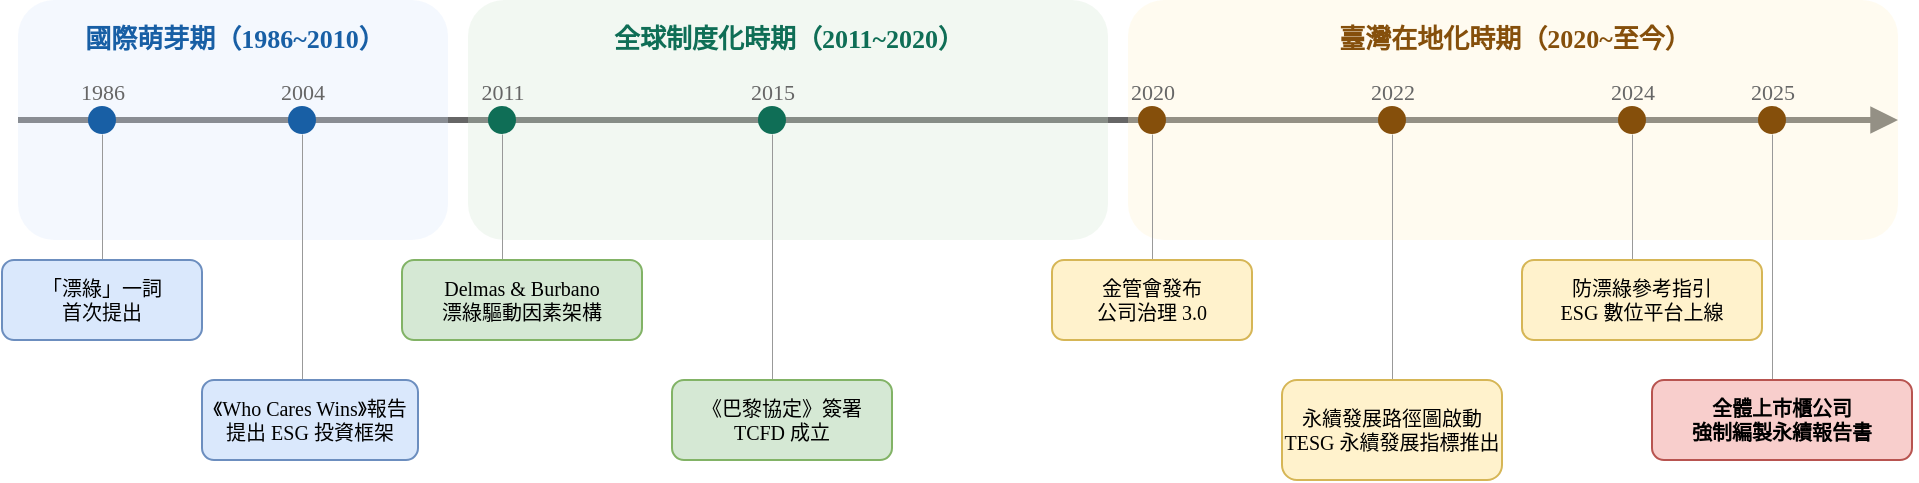
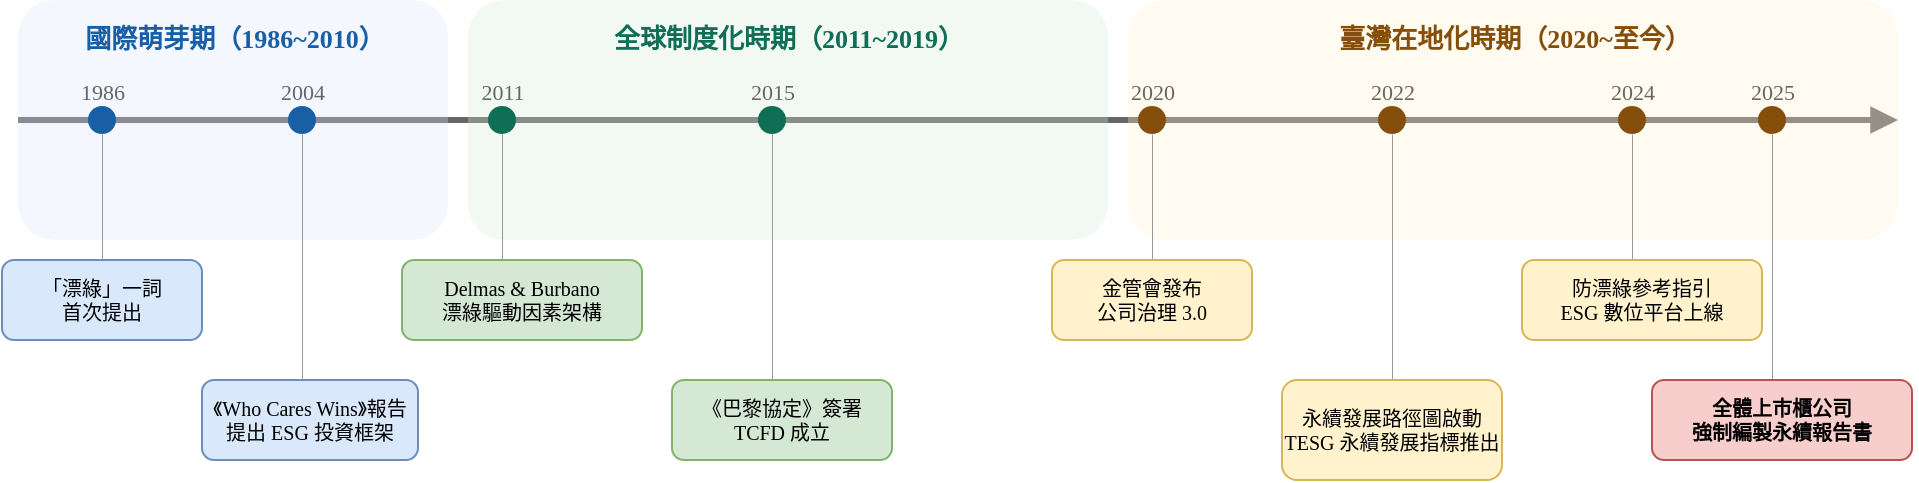
<mxfile host="app.diagrams.net">
  <diagram name="ESG與漂綠發展沿革時間軸" id="timeline">
    <mxGraphModel dx="1558" dy="642" grid="1" gridSize="10" guides="1" tooltips="1" connect="1" arrows="1" fold="1" page="1" pageScale="1" pageWidth="1169" pageHeight="827" math="0" shadow="0">
      <root>
        <mxCell id="0" />
        <mxCell id="1" parent="0" />
        <mxCell id="axis" edge="1" parent="1" style="endArrow=block;html=1;strokeColor=#666666;strokeWidth=3;endFill=1;" value="">
          <mxGeometry relative="1" as="geometry">
            <mxPoint x="60" y="120" as="sourcePoint" />
            <mxPoint x="1000" y="120" as="targetPoint" />
          </mxGeometry>
        </mxCell>
        <mxCell id="p1bg" parent="1" style="rounded=1;whiteSpace=wrap;html=1;fillColor=#dae8fc;strokeColor=none;opacity=30;" value="" vertex="1">
          <mxGeometry height="120" width="215" x="60" y="60" as="geometry" />
        </mxCell>
        <mxCell id="p1label" parent="1" style="text;html=1;fontSize=13;fontStyle=1;align=center;fontFamily=Microsoft JhengHei;fontColor=#185FA5;" value="國際萌芽期（1986~2010）" vertex="1">
          <mxGeometry height="25" width="200" x="68" y="65" as="geometry" />
        </mxCell>
        <mxCell id="p2bg" parent="1" style="rounded=1;whiteSpace=wrap;html=1;fillColor=#d5e8d4;strokeColor=none;opacity=30;" value="" vertex="1">
          <mxGeometry height="120" width="320" x="285" y="60" as="geometry" />
        </mxCell>
-         <mxCell id="p2label" parent="1" style="text;html=1;fontSize=13;fontStyle=1;align=center;fontFamily=Microsoft JhengHei;fontColor=#0F6E56;" value="全球制度化時期（2011~2020）" vertex="1">
+         <mxCell id="p2label" parent="1" style="text;html=1;fontSize=13;fontStyle=1;align=center;fontFamily=Microsoft JhengHei;fontColor=#0F6E56;" value="全球制度化時期（2011~2019）" vertex="1">
          <mxGeometry height="25" width="260" x="315" y="65" as="geometry" />
        </mxCell>
        <mxCell id="p3bg" parent="1" style="rounded=1;whiteSpace=wrap;html=1;fillColor=#fff2cc;strokeColor=none;opacity=30;" value="" vertex="1">
          <mxGeometry height="120" width="385" x="615" y="60" as="geometry" />
        </mxCell>
        <mxCell id="p3label" parent="1" style="text;html=1;fontSize=13;fontStyle=1;align=center;fontFamily=Microsoft JhengHei;fontColor=#854F0B;" value="臺灣在地化時期（2020~至今）" vertex="1">
          <mxGeometry height="25" width="260" x="678" y="65" as="geometry" />
        </mxCell>
        <mxCell id="y1986" parent="1" style="ellipse;whiteSpace=wrap;html=1;fillColor=#185FA5;strokeColor=none;" value="" vertex="1">
          <mxGeometry height="14" width="14" x="95" y="113" as="geometry" />
        </mxCell>
        <mxCell id="y1986t" parent="1" style="text;html=1;fontSize=11;align=center;fontFamily=Microsoft JhengHei;fontColor=#666666;" value="1986" vertex="1">
          <mxGeometry height="20" width="50" x="77" y="93" as="geometry" />
        </mxCell>
        <mxCell id="y2004" parent="1" style="ellipse;whiteSpace=wrap;html=1;fillColor=#185FA5;strokeColor=none;" value="" vertex="1">
          <mxGeometry height="14" width="14" x="195" y="113" as="geometry" />
        </mxCell>
        <mxCell id="y2004t" parent="1" style="text;html=1;fontSize=11;align=center;fontFamily=Microsoft JhengHei;fontColor=#666666;" value="2004" vertex="1">
          <mxGeometry height="20" width="50" x="177" y="93" as="geometry" />
        </mxCell>
        <mxCell id="y2011" parent="1" style="ellipse;whiteSpace=wrap;html=1;fillColor=#0F6E56;strokeColor=none;" value="" vertex="1">
          <mxGeometry height="14" width="14" x="295" y="113" as="geometry" />
        </mxCell>
        <mxCell id="y2011t" parent="1" style="text;html=1;fontSize=11;align=center;fontFamily=Microsoft JhengHei;fontColor=#666666;" value="2011" vertex="1">
          <mxGeometry height="20" width="50" x="277" y="93" as="geometry" />
        </mxCell>
        <mxCell id="y2015" parent="1" style="ellipse;whiteSpace=wrap;html=1;fillColor=#0F6E56;strokeColor=none;" value="" vertex="1">
          <mxGeometry height="14" width="14" x="430" y="113" as="geometry" />
        </mxCell>
        <mxCell id="y2015t" parent="1" style="text;html=1;fontSize=11;align=center;fontFamily=Microsoft JhengHei;fontColor=#666666;" value="2015" vertex="1">
          <mxGeometry height="20" width="50" x="412" y="93" as="geometry" />
        </mxCell>
        <mxCell id="y2020" parent="1" style="ellipse;whiteSpace=wrap;html=1;fillColor=#854F0B;strokeColor=none;" value="" vertex="1">
          <mxGeometry height="14" width="14" x="620" y="113" as="geometry" />
        </mxCell>
        <mxCell id="y2020t" parent="1" style="text;html=1;fontSize=11;align=center;fontFamily=Microsoft JhengHei;fontColor=#666666;" value="2020" vertex="1">
          <mxGeometry height="20" width="50" x="602" y="93" as="geometry" />
        </mxCell>
        <mxCell id="y2022" parent="1" style="ellipse;whiteSpace=wrap;html=1;fillColor=#854F0B;strokeColor=none;" value="" vertex="1">
          <mxGeometry height="14" width="14" x="740" y="113" as="geometry" />
        </mxCell>
        <mxCell id="y2022t" parent="1" style="text;html=1;fontSize=11;align=center;fontFamily=Microsoft JhengHei;fontColor=#666666;" value="2022" vertex="1">
          <mxGeometry height="20" width="50" x="722" y="93" as="geometry" />
        </mxCell>
        <mxCell id="y2024" parent="1" style="ellipse;whiteSpace=wrap;html=1;fillColor=#854F0B;strokeColor=none;" value="" vertex="1">
          <mxGeometry height="14" width="14" x="860" y="113" as="geometry" />
        </mxCell>
        <mxCell id="y2024t" parent="1" style="text;html=1;fontSize=11;align=center;fontFamily=Microsoft JhengHei;fontColor=#666666;" value="2024" vertex="1">
          <mxGeometry height="20" width="50" x="842" y="93" as="geometry" />
        </mxCell>
        <mxCell id="y2025" parent="1" style="ellipse;whiteSpace=wrap;html=1;fillColor=#854F0B;strokeColor=none;" value="" vertex="1">
          <mxGeometry height="14" width="14" x="930" y="113" as="geometry" />
        </mxCell>
        <mxCell id="y2025t" parent="1" style="text;html=1;fontSize=11;align=center;fontFamily=Microsoft JhengHei;fontColor=#666666;" value="2025" vertex="1">
          <mxGeometry height="20" width="50" x="912" y="93" as="geometry" />
        </mxCell>
        <mxCell id="e1" edge="1" parent="1" style="endArrow=none;html=1;strokeColor=#999999;strokeWidth=0.5;" value="">
          <mxGeometry relative="1" as="geometry">
            <mxPoint x="102" y="127" as="sourcePoint" />
            <mxPoint x="102" y="190" as="targetPoint" />
          </mxGeometry>
        </mxCell>
        <mxCell id="e1t" parent="1" style="rounded=1;whiteSpace=wrap;html=1;fillColor=#dae8fc;strokeColor=#6c8ebf;fontSize=10;fontFamily=Microsoft JhengHei;" value="「漂綠」一詞&lt;br&gt;首次提出" vertex="1">
          <mxGeometry height="40" width="100" x="52" y="190" as="geometry" />
        </mxCell>
        <mxCell id="e2" edge="1" parent="1" style="endArrow=none;html=1;strokeColor=#999999;strokeWidth=0.5;" value="">
          <mxGeometry relative="1" as="geometry">
            <mxPoint x="202" y="127" as="sourcePoint" />
            <mxPoint x="202" y="250" as="targetPoint" />
          </mxGeometry>
        </mxCell>
        <mxCell id="e2t" parent="1" style="rounded=1;whiteSpace=wrap;html=1;fillColor=#dae8fc;strokeColor=#6c8ebf;fontSize=10;fontFamily=Microsoft JhengHei;" value="《Who Cares Wins》報告提出 ESG 投資框架" vertex="1">
          <mxGeometry height="40" width="108" x="152" y="250" as="geometry" />
        </mxCell>
        <mxCell id="e3" edge="1" parent="1" style="endArrow=none;html=1;strokeColor=#999999;strokeWidth=0.5;" value="">
          <mxGeometry relative="1" as="geometry">
            <mxPoint x="302" y="127" as="sourcePoint" />
            <mxPoint x="302" y="190" as="targetPoint" />
          </mxGeometry>
        </mxCell>
        <mxCell id="e3t" parent="1" style="rounded=1;whiteSpace=wrap;html=1;fillColor=#d5e8d4;strokeColor=#82b366;fontSize=10;fontFamily=Microsoft JhengHei;" value="Delmas &amp; Burbano&lt;br&gt;漂綠驅動因素架構" vertex="1">
          <mxGeometry height="40" width="120" x="252" y="190" as="geometry" />
        </mxCell>
        <mxCell id="e4" edge="1" parent="1" style="endArrow=none;html=1;strokeColor=#999999;strokeWidth=0.5;" value="">
          <mxGeometry relative="1" as="geometry">
            <mxPoint x="437" y="127" as="sourcePoint" />
            <mxPoint x="437" y="250" as="targetPoint" />
          </mxGeometry>
        </mxCell>
        <mxCell id="e4t" parent="1" style="rounded=1;whiteSpace=wrap;html=1;fillColor=#d5e8d4;strokeColor=#82b366;fontSize=10;fontFamily=Microsoft JhengHei;" value="《巴黎協定》簽署&lt;br&gt;TCFD 成立" vertex="1">
          <mxGeometry height="40" width="110" x="387" y="250" as="geometry" />
        </mxCell>
        <mxCell id="e5" edge="1" parent="1" style="endArrow=none;html=1;strokeColor=#999999;strokeWidth=0.5;" value="">
          <mxGeometry relative="1" as="geometry">
            <mxPoint x="627" y="127" as="sourcePoint" />
            <mxPoint x="627" y="190" as="targetPoint" />
          </mxGeometry>
        </mxCell>
        <mxCell id="e5t" parent="1" style="rounded=1;whiteSpace=wrap;html=1;fillColor=#fff2cc;strokeColor=#d6b656;fontSize=10;fontFamily=Microsoft JhengHei;" value="金管會發布&lt;br&gt;公司治理 3.0" vertex="1">
          <mxGeometry height="40" width="100" x="577" y="190" as="geometry" />
        </mxCell>
        <mxCell id="e6" edge="1" parent="1" style="endArrow=none;html=1;strokeColor=#999999;strokeWidth=0.5;" value="">
          <mxGeometry relative="1" as="geometry">
            <mxPoint x="747" y="127" as="sourcePoint" />
            <mxPoint x="747" y="250" as="targetPoint" />
          </mxGeometry>
        </mxCell>
        <mxCell id="e6t" parent="1" style="rounded=1;whiteSpace=wrap;html=1;fillColor=#fff2cc;strokeColor=#d6b656;fontSize=10;fontFamily=Microsoft JhengHei;" value="永續發展路徑圖啟動&lt;br&gt;TESG 永續發展指標推出" vertex="1">
          <mxGeometry height="50" width="110" x="692" y="250" as="geometry" />
        </mxCell>
        <mxCell id="e7" edge="1" parent="1" style="endArrow=none;html=1;strokeColor=#999999;strokeWidth=0.5;" value="">
          <mxGeometry relative="1" as="geometry">
            <mxPoint x="867" y="127" as="sourcePoint" />
            <mxPoint x="867" y="190" as="targetPoint" />
          </mxGeometry>
        </mxCell>
        <mxCell id="e7t" parent="1" style="rounded=1;whiteSpace=wrap;html=1;fillColor=#fff2cc;strokeColor=#d6b656;fontSize=10;fontFamily=Microsoft JhengHei;" value="防漂綠參考指引&lt;br&gt;ESG 數位平台上線" vertex="1">
          <mxGeometry height="40" width="120" x="812" y="190" as="geometry" />
        </mxCell>
        <mxCell id="e8" edge="1" parent="1" style="endArrow=none;html=1;strokeColor=#999999;strokeWidth=0.5;" value="">
          <mxGeometry relative="1" as="geometry">
            <mxPoint x="937" y="127" as="sourcePoint" />
            <mxPoint x="937" y="250" as="targetPoint" />
          </mxGeometry>
        </mxCell>
        <mxCell id="e8t" parent="1" style="rounded=1;whiteSpace=wrap;html=1;fillColor=#f8cecc;strokeColor=#b85450;fontSize=10;fontStyle=1;fontFamily=Microsoft JhengHei;" value="全體上市櫃公司&lt;br&gt;強制編製永續報告書" vertex="1">
          <mxGeometry height="40" width="130" x="877" y="250" as="geometry" />
        </mxCell>
      </root>
    </mxGraphModel>
  </diagram>
</mxfile>
